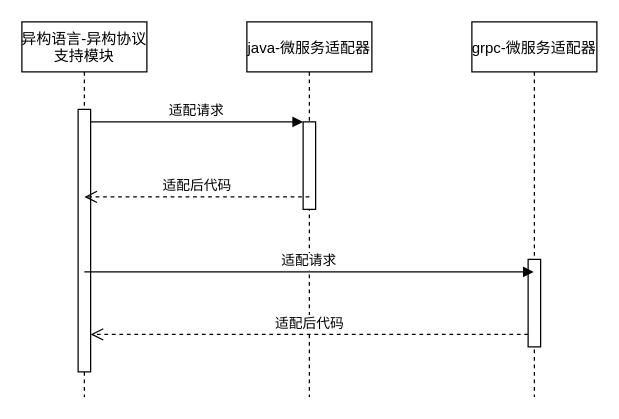
Above: UML/java-grpc支持时序图.drawio in wangjq4214/draw.io (draw.io), before the change. Source tidied: cells renumbered, new cells numbered last; positions are measured from the earlier drawing's top-left corner, leaving out a move shared by most shapes. Both pictures are drawn from the tidied source at 125%, with x=0, y=0 at pixel (21, 21).
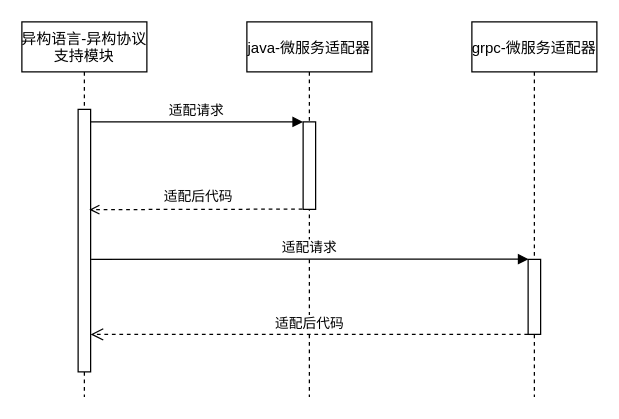
The same diagram, later.

Commit message:
Update java-grpc支持时序图.drawio

The edit, as a diff of the source:
```diff
@@
 <mxGraphModel>
   <root>
     <mxCell id="0" />
     <mxCell id="1" parent="0" />
+    <mxCell id="12" style="group;" parent="1" vertex="1">
+      <mxGeometry width="460" height="300" as="geometry" />
+    </mxCell>
-    <mxCell id="2" value="异构语言-异构协议&#10;支持模块" style="shape=umlLifeline;perimeter=lifelinePerimeter;rounded=0;shadow=0;strokeWidth=1;" parent="1" vertex="1">
+    <mxCell id="2" value="异构语言-异构协议&#10;支持模块" style="shape=umlLifeline;perimeter=lifelinePerimeter;rounded=0;shadow=0;strokeWidth=1;" parent="12" vertex="1">
       <mxGeometry width="100" height="300" as="geometry" />
     </mxCell>
     <mxCell id="3" style="points=[];perimeter=orthogonalPerimeter;rounded=0;shadow=0;strokeWidth=1;" parent="2" vertex="1">
       <mxGeometry x="45" y="70" width="10" height="210" as="geometry" />
     </mxCell>
-    <mxCell id="4" value="java-微服务适配器" style="shape=umlLifeline;perimeter=lifelinePerimeter;rounded=0;shadow=0;strokeWidth=1;" parent="1" vertex="1">
+    <mxCell id="4" value="java-微服务适配器" style="shape=umlLifeline;perimeter=lifelinePerimeter;rounded=0;shadow=0;strokeWidth=1;" parent="12" vertex="1">
       <mxGeometry x="180" width="100" height="300" as="geometry" />
     </mxCell>
     <mxCell id="5" style="points=[];perimeter=orthogonalPerimeter;rounded=0;shadow=0;strokeWidth=1;" parent="4" vertex="1">
       <mxGeometry x="45" y="80" width="10" height="70" as="geometry" />
     </mxCell>
-    <mxCell id="6" value="适配请求" style="verticalAlign=bottom;endArrow=block;entryX=0;entryY=0;shadow=0;strokeWidth=1;" parent="1" edge="1" source="3" target="5">
+    <mxCell id="6" value="适配请求" style="verticalAlign=bottom;endArrow=block;entryX=0;entryY=0;shadow=0;strokeWidth=1;" parent="12" edge="1" source="3" target="5">
       <mxGeometry relative="1" as="geometry" />
     </mxCell>
-    <mxCell id="7" value="grpc-微服务适配器" style="shape=umlLifeline;perimeter=lifelinePerimeter;rounded=0;shadow=0;strokeWidth=1;" parent="1" vertex="1">
+    <mxCell id="7" value="grpc-微服务适配器" style="shape=umlLifeline;perimeter=lifelinePerimeter;rounded=0;shadow=0;strokeWidth=1;" parent="12" vertex="1">
       <mxGeometry x="360" width="100" height="300" as="geometry" />
     </mxCell>
     <mxCell id="8" style="points=[];perimeter=orthogonalPerimeter;rounded=0;shadow=0;strokeWidth=1;" parent="7" vertex="1">
-      <mxGeometry x="45" y="190" width="10" height="70" as="geometry" />
+      <mxGeometry x="45" y="190" width="10" height="60" as="geometry" />
     </mxCell>
+    <mxCell id="11" value="适配后代码" style="html=1;verticalAlign=bottom;endArrow=open;dashed=1;endSize=8;rounded=0;" parent="12" edge="1" source="8" target="3">
+      <mxGeometry relative="1" as="geometry">
+        <Array as="points">
+          <mxPoint x="90" y="250" />
+        </Array>
+      </mxGeometry>
+    </mxCell>
+    <mxCell id="13" style="endArrow=open;html=1;rounded=0;dashed=1;endFill=0;exitX=-0.057;exitY=0.997;exitDx=0;exitDy=0;exitPerimeter=0;entryX=0.895;entryY=0.382;entryDx=0;entryDy=0;entryPerimeter=0;" parent="12" edge="1" source="5" target="3">
+      <mxGeometry relative="1" as="geometry" />
+    </mxCell>
-    <mxCell id="9" value="适配后代码" style="html=1;verticalAlign=bottom;endArrow=open;dashed=1;endSize=8;rounded=0;" parent="1" edge="1">
-      <mxGeometry relative="1" as="geometry">
-        <mxPoint x="230" y="140" as="sourcePoint" />
-        <mxPoint x="50" y="140" as="targetPoint" />
-        <Array as="points">
-          <mxPoint x="50" y="140" />
-        </Array>
+    <mxCell id="9" value="适配后代码" style="edgeLabel;html=1;align=center;verticalAlign=middle;" parent="13" vertex="1">
+      <mxGeometry x="-0.17" y="1" relative="1" as="geometry">
+        <mxPoint x="-13" y="-11" as="offset" />
       </mxGeometry>
     </mxCell>
-    <mxCell id="10" value="适配请求" style="verticalAlign=bottom;endArrow=block;shadow=0;strokeWidth=1;" parent="1" edge="1" target="7">
-      <mxGeometry relative="1" as="geometry">
-        <mxPoint x="50" y="200" as="sourcePoint" />
-      </mxGeometry>
+    <mxCell id="10" value="适配请求" style="verticalAlign=bottom;endArrow=block;shadow=0;strokeWidth=1;entryX=0.038;entryY=-0.003;entryDx=0;entryDy=0;entryPerimeter=0;exitX=1.038;exitY=0.571;exitDx=0;exitDy=0;exitPerimeter=0;" parent="12" edge="1" source="3" target="8">
+      <mxGeometry relative="1" as="geometry" />
     </mxCell>
-    <mxCell id="11" value="适配后代码" style="html=1;verticalAlign=bottom;endArrow=open;dashed=1;endSize=8;rounded=0;" parent="1" edge="1" source="8" target="3">
-      <mxGeometry relative="1" as="geometry">
-        <Array as="points">
-          <mxPoint x="90" y="250" />
-        </Array>
-      </mxGeometry>
-    </mxCell>
   </root>
 </mxGraphModel>
```
